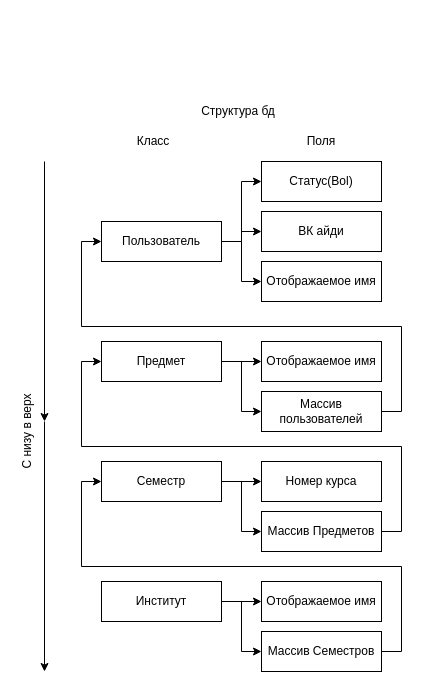
DmitryTsikalovsky/ChatBotVk keeps this draw.io diagram as page "Структура БД" (2 of 2) of Untitled Diagram.drawio. Above is the earlier version. Source tidied: cells renumbered, new cells numbered last; positions are measured from the earlier drawing's top-left corner, leaving out a move shared by most shapes. Both pictures are drawn from the tidied source at 100%, with x=0, y=0 at pixel (-26, 101).
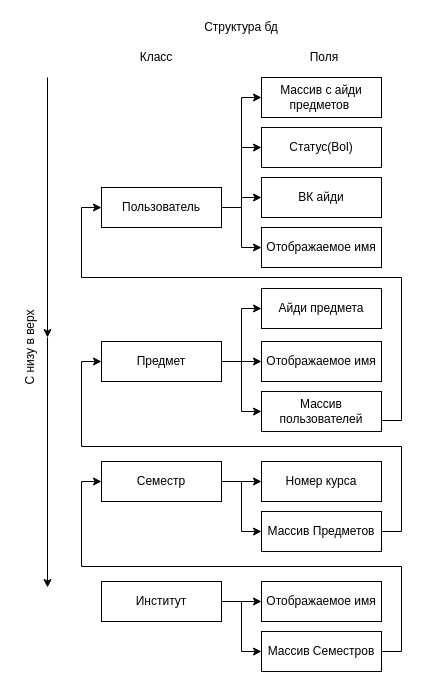
The same page after the edit.

Unchanged cells that the change refers to:
```xml
<mxCell id="13" value="Предмет" style="rounded=0;whiteSpace=wrap;html=1;" parent="1" vertex="1">
  <mxGeometry x="127" y="240" width="120" height="40" as="geometry" />
</mxCell>
<mxCell id="15" value="Массив пользователей" style="rounded=0;whiteSpace=wrap;html=1;" parent="1" vertex="1">
  <mxGeometry x="287" y="290" width="120" height="40" as="geometry" />
</mxCell>
```

What changed in the source:
```diff
@@
     <mxCell id="2" value="Структура бд" style="text;html=1;strokeColor=none;fillColor=none;align=center;verticalAlign=middle;whiteSpace=wrap;rounded=0;" parent="1" vertex="1">
-      <mxGeometry x="169" width="190" height="20" as="geometry" />
+      <mxGeometry x="172" y="-84" width="190" height="20" as="geometry" />
     </mxCell>
@@
+    <mxCell id="33" style="edgeStyle=orthogonalEdgeStyle;rounded=0;jettySize=auto;html=1;entryX=0;entryY=0.5;entryDx=0;entryDy=0;" parent="1" edge="1" source="6" target="36">
+      <mxGeometry relative="1" as="geometry" />
+    </mxCell>
     <mxCell id="6" value="Пользователь" style="rounded=0;whiteSpace=wrap;html=1;" parent="1" vertex="1">
-      <mxGeometry x="127" y="120" width="120" height="40" as="geometry" />
+      <mxGeometry x="127" y="86" width="120" height="40" as="geometry" />
     </mxCell>
     <mxCell id="7" value="Статус(Bol)" style="rounded=0;whiteSpace=wrap;html=1;" parent="1" vertex="1">
-      <mxGeometry x="287" y="60" width="120" height="40" as="geometry" />
+      <mxGeometry x="287" y="26" width="120" height="40" as="geometry" />
     </mxCell>
     <mxCell id="8" value="Отображаемое имя" style="rounded=0;whiteSpace=wrap;html=1;" parent="1" vertex="1">
-      <mxGeometry x="287" y="160" width="120" height="40" as="geometry" />
+      <mxGeometry x="287" y="126" width="120" height="40" as="geometry" />
     </mxCell>
     <mxCell id="9" value="Класс" style="text;html=1;strokeColor=none;fillColor=none;align=center;verticalAlign=middle;whiteSpace=wrap;rounded=0;" parent="1" vertex="1">
-      <mxGeometry x="159" y="30" width="40" height="20" as="geometry" />
+      <mxGeometry x="162" y="-54" width="40" height="20" as="geometry" />
     </mxCell>
     <mxCell id="10" value="Поля" style="text;html=1;strokeColor=none;fillColor=none;align=center;verticalAlign=middle;whiteSpace=wrap;rounded=0;" parent="1" vertex="1">
-      <mxGeometry x="327" y="30" width="40" height="20" as="geometry" />
+      <mxGeometry x="330" y="-54" width="40" height="20" as="geometry" />
     </mxCell>
@@
+    <mxCell id="34" style="edgeStyle=orthogonalEdgeStyle;rounded=0;jettySize=auto;html=1;entryX=0;entryY=0.5;entryDx=0;entryDy=0;" parent="1" edge="1" source="13" target="35">
+      <mxGeometry relative="1" as="geometry" />
+    </mxCell>
@@
     <mxCell id="26" style="endArrow=classic;html=1;" parent="1" edge="1">
       <mxGeometry relative="1" as="geometry">
-        <mxPoint x="70" y="60" as="sourcePoint" />
-        <mxPoint x="70" y="320" as="targetPoint" />
+        <mxPoint x="73" y="-24" as="sourcePoint" />
+        <mxPoint x="73" y="236" as="targetPoint" />
       </mxGeometry>
     </mxCell>
     <mxCell id="27" style="endArrow=classic;html=1;" parent="1" edge="1">
       <mxGeometry relative="1" as="geometry">
-        <mxPoint x="70" y="320" as="sourcePoint" />
-        <mxPoint x="70" y="570" as="targetPoint" />
+        <mxPoint x="73" y="236" as="sourcePoint" />
+        <mxPoint x="73" y="486" as="targetPoint" />
       </mxGeometry>
     </mxCell>
@@
     <mxCell id="29" value="С низу в верх" style="text;html=1;strokeColor=none;fillColor=none;align=center;verticalAlign=middle;whiteSpace=wrap;rounded=0;rotation=-90;" parent="1" vertex="1">
-      <mxGeometry y="320" width="106" height="20" as="geometry" />
+      <mxGeometry x="3" y="236" width="106" height="20" as="geometry" />
     </mxCell>
     <mxCell id="30" style="edgeStyle=orthogonalEdgeStyle;rounded=0;jettySize=auto;html=1;exitX=1;exitY=0.5;exitDx=0;exitDy=0;entryX=0;entryY=0.5;entryDx=0;entryDy=0;" parent="1" edge="1" source="15" target="6">
-      <mxGeometry relative="1" as="geometry" />
+      <mxGeometry relative="1" as="geometry">
+        <Array as="points">
+          <mxPoint x="427" y="319" />
+          <mxPoint x="427" y="176" />
+          <mxPoint x="107" y="176" />
+          <mxPoint x="107" y="106" />
+        </Array>
+      </mxGeometry>
     </mxCell>
@@
     <mxCell id="32" value="ВК айди" style="rounded=0;whiteSpace=wrap;html=1;" parent="1" vertex="1">
-      <mxGeometry x="287" y="110" width="120" height="40" as="geometry" />
+      <mxGeometry x="287" y="76" width="120" height="40" as="geometry" />
     </mxCell>
+    <mxCell id="35" value="Айди предмета" style="rounded=0;whiteSpace=wrap;html=1;" parent="1" vertex="1">
+      <mxGeometry x="287" y="187" width="120" height="40" as="geometry" />
+    </mxCell>
+    <mxCell id="36" value="Массив с айди предметов&amp;nbsp;" style="rounded=0;whiteSpace=wrap;html=1;" parent="1" vertex="1">
+      <mxGeometry x="287" y="-24" width="120" height="40" as="geometry" />
+    </mxCell>
```
